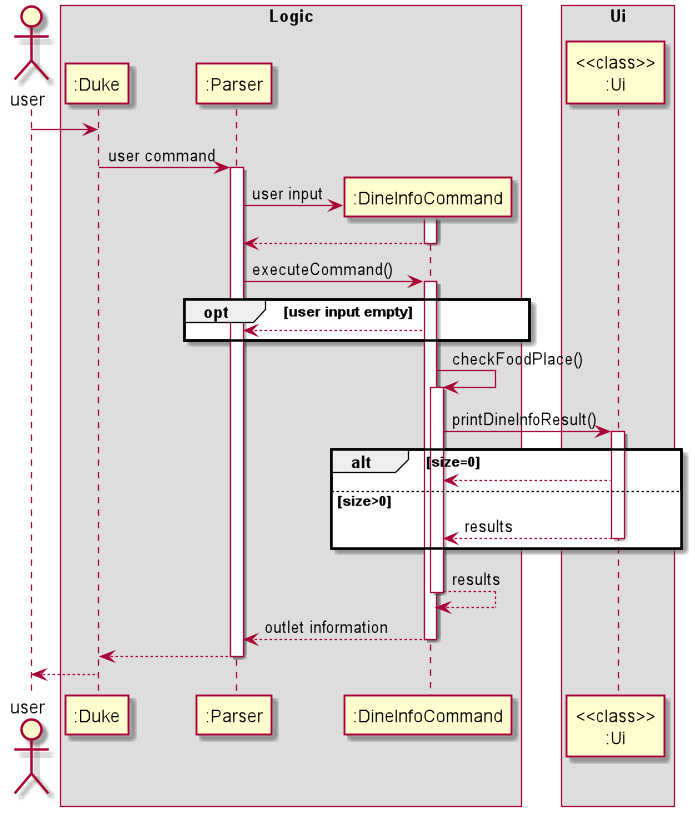
Before: docs/DG_Diagrams/DineInfoSequence.png, a diagram exported from PlantUML (nus-cs2113-AY2021S1/tp). The source it was exported from:
```plantuml
@startuml
actor user
box Logic
participant ":Duke"
participant ":Parser"
participant ":DineInfoCommand"
end box
box Ui
participant "<<class>>\n:Ui"
end box

user -> ":Duke"
box Logic
":Duke" -> ":Parser": user command
activate ":Parser"
create ":DineInfoCommand"
":Parser" -> ":DineInfoCommand": user input
activate ":DineInfoCommand"
":DineInfoCommand" --> ":Parser"
deactivate ":DineInfoCommand"
":Parser" -> ":DineInfoCommand": executeCommand()
activate ":DineInfoCommand"

opt user input empty
    ":DineInfoCommand" --> ":Parser"
end

":DineInfoCommand" -> ":DineInfoCommand": checkFoodPlace()
activate ":DineInfoCommand"
":DineInfoCommand" -> "<<class>>\n:Ui" : printDineInfoResult()
activate "<<class>>\n:Ui"

alt size=0
"<<class>>\n:Ui" --> ":DineInfoCommand"
else size>0
"<<class>>\n:Ui" --> ":DineInfoCommand": results
deactivate "<<class>>\n:Ui"
end

":DineInfoCommand" --> ":DineInfoCommand": results
deactivate ":DineInfoCommand"
":DineInfoCommand" --> ":Parser": outlet information
deactivate ":DineInfoCommand"
":Parser" --> ":Duke"
deactivate ":Parser"
":Duke" --> user
@enduml
```
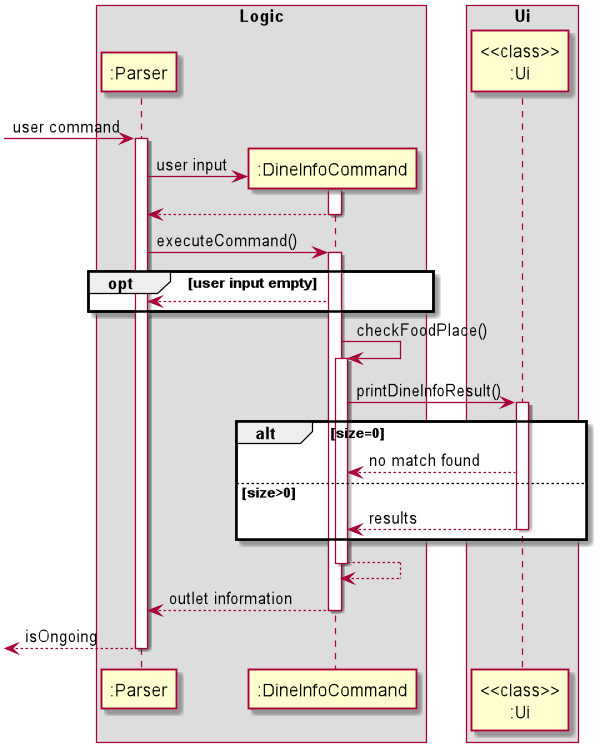
Later version of the same file.

Commit message:
Update /dineinfo sequence diagram

Diff of the diagram source:
```diff
@@ -1,7 +1,6 @@
 @startuml
-actor user
+
 box Logic
-participant ":Duke"
 participant ":Parser"
 participant ":DineInfoCommand"
 end box
@@ -9,9 +8,7 @@
 participant "<<class>>\n:Ui"
 end box
 
-user -> ":Duke"
-box Logic
-":Duke" -> ":Parser": user command
+[-> ":Parser": user command
 activate ":Parser"
 create ":DineInfoCommand"
 ":Parser" -> ":DineInfoCommand": user input
@@ -31,17 +28,16 @@
 activate "<<class>>\n:Ui"
 
 alt size=0
-"<<class>>\n:Ui" --> ":DineInfoCommand"
+"<<class>>\n:Ui" --> ":DineInfoCommand": no match found
 else size>0
 "<<class>>\n:Ui" --> ":DineInfoCommand": results
 deactivate "<<class>>\n:Ui"
 end
 
-":DineInfoCommand" --> ":DineInfoCommand": results
+":DineInfoCommand" --> ":DineInfoCommand"
 deactivate ":DineInfoCommand"
 ":DineInfoCommand" --> ":Parser": outlet information
 deactivate ":DineInfoCommand"
-":Parser" --> ":Duke"
+[<-- ":Parser": isOngoing
 deactivate ":Parser"
-":Duke" --> user
 @enduml
```
